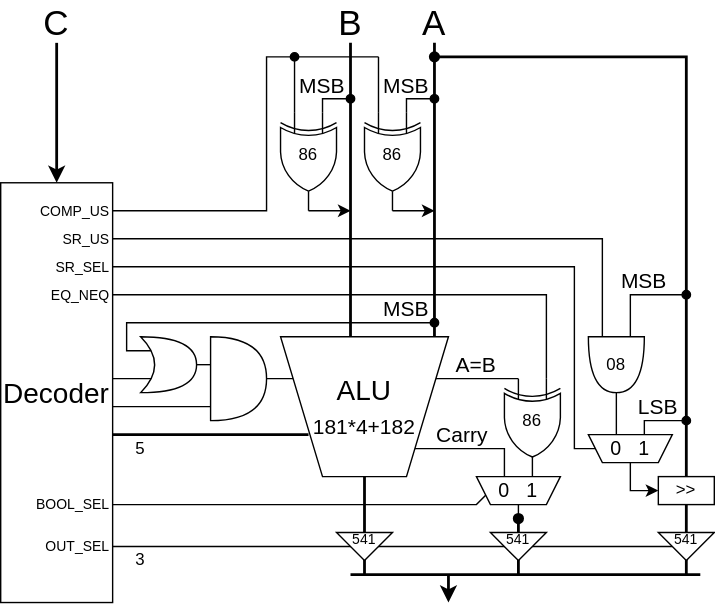
amane-uehara/kanade-k-1228.github.io keeps this draw.io diagram as Lab/Computer/RK16/9_Hardware/img/ALU.dio.svg. Above is the earlier version. Source tidied: cells renumbered, new cells last; positions are measured from the earlier drawing's top-left corner, leaving out a move shared by most shapes.
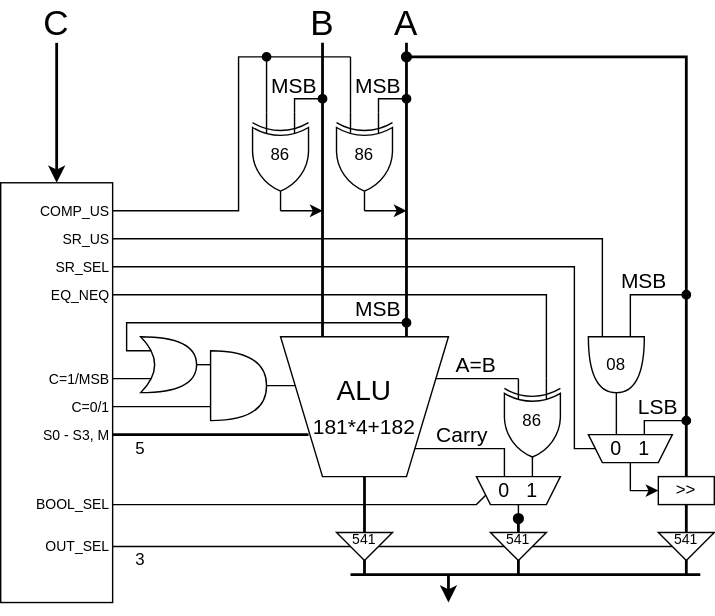
After the change.

The edit, as a diff of the source:
```diff
@@ -10,8 +10,8 @@
     </mxCell>
     <mxCell id="3" style="endArrow=none;html=1;" parent="1" edge="1">
       <mxGeometry relative="1" as="geometry">
-        <mxPoint x="190" y="270" as="sourcePoint" />
-        <mxPoint x="220" y="270" as="targetPoint" />
+        <mxPoint x="190" y="275" as="sourcePoint" />
+        <mxPoint x="220" y="275" as="targetPoint" />
       </mxGeometry>
     </mxCell>
     <mxCell id="4" style="endArrow=none;html=1;fontSize=20;rounded=0;endFill=0;" parent="1" edge="1">
@@ -26,7 +26,7 @@
     </mxCell>
     <mxCell id="5" style="endArrow=none;html=1;fontSize=20;strokeWidth=1;startArrow=oval;startFill=1;endFill=0;rounded=0;" parent="1" edge="1">
       <mxGeometry relative="1" as="geometry">
-        <mxPoint x="310" y="230" as="sourcePoint" />
+        <mxPoint x="290" y="230" as="sourcePoint" />
         <mxPoint x="110" y="250" as="targetPoint" />
         <Array as="points">
           <mxPoint x="190" y="230" />
@@ -63,15 +63,15 @@
       </mxGeometry>
     </mxCell>
     <mxCell id="10" value="A" style="text;html=1;strokeColor=none;fillColor=none;align=center;verticalAlign=middle;whiteSpace=wrap;rounded=0;fontSize=25;" parent="1" vertex="1">
-      <mxGeometry x="290" width="40" height="30" as="geometry" />
+      <mxGeometry x="270" width="40" height="30" as="geometry" />
     </mxCell>
     <mxCell id="11" value="MSB" style="text;html=1;strokeColor=none;fillColor=none;align=center;verticalAlign=middle;whiteSpace=wrap;rounded=0;fontSize=15;" parent="1" vertex="1">
-      <mxGeometry x="210" y="50" width="40" height="20" as="geometry" />
+      <mxGeometry x="190" y="50" width="40" height="20" as="geometry" />
     </mxCell>
     <mxCell id="12" style="endArrow=none;html=1;fontSize=20;strokeWidth=2;endFill=0;" parent="1" edge="1">
       <mxGeometry relative="1" as="geometry">
-        <mxPoint x="250" y="30" as="sourcePoint" />
-        <mxPoint x="250" y="240" as="targetPoint" />
+        <mxPoint x="230" y="30" as="sourcePoint" />
+        <mxPoint x="230" y="240" as="targetPoint" />
       </mxGeometry>
     </mxCell>
     <mxCell id="13" style="endArrow=none;html=1;fontSize=20;rounded=0;endFill=0;" parent="1" edge="1">
@@ -85,44 +85,44 @@
     </mxCell>
     <mxCell id="14" style="endArrow=none;html=1;fontSize=20;strokeWidth=1;startArrow=oval;startFill=1;endFill=0;rounded=0;" parent="1" edge="1">
       <mxGeometry relative="1" as="geometry">
-        <mxPoint x="250" y="70" as="sourcePoint" />
-        <mxPoint x="230" y="80" as="targetPoint" />
+        <mxPoint x="230" y="70" as="sourcePoint" />
+        <mxPoint x="210" y="80" as="targetPoint" />
         <Array as="points">
-          <mxPoint x="230" y="70" />
+          <mxPoint x="210" y="70" />
         </Array>
       </mxGeometry>
     </mxCell>
-    <mxCell id="15" value="Decoder" style="rounded=0;whiteSpace=wrap;html=1;fontSize=20;" parent="1" vertex="1">
+    <mxCell id="15" style="rounded=0;whiteSpace=wrap;html=1;fontSize=20;" parent="1" vertex="1">
       <mxGeometry y="130" width="80" height="300" as="geometry" />
     </mxCell>
     <mxCell id="16" style="verticalLabelPosition=bottom;shadow=0;dashed=0;align=center;html=1;verticalAlign=top;shape=mxgraph.electrical.logic_gates.logic_gate;operation=xor;fontSize=20;direction=south;" parent="1" vertex="1">
-      <mxGeometry x="200" y="80" width="40" height="70" as="geometry" />
+      <mxGeometry x="180" y="80" width="40" height="70" as="geometry" />
     </mxCell>
     <mxCell id="17" style="endArrow=classic;html=1;fontSize=20;endFill=1;" parent="1" edge="1">
       <mxGeometry relative="1" as="geometry">
-        <mxPoint x="220" y="150" as="sourcePoint" />
-        <mxPoint x="250" y="150" as="targetPoint" />
+        <mxPoint x="200" y="150" as="sourcePoint" />
+        <mxPoint x="230" y="150" as="targetPoint" />
       </mxGeometry>
     </mxCell>
     <mxCell id="18" style="endArrow=oval;html=1;rounded=0;strokeWidth=1;fontSize=15;startArrow=none;startFill=0;endFill=1;" parent="1" edge="1">
       <mxGeometry relative="1" as="geometry">
-        <mxPoint x="210" y="80" as="sourcePoint" />
-        <mxPoint x="210" y="40" as="targetPoint" />
+        <mxPoint x="190" y="80" as="sourcePoint" />
+        <mxPoint x="190" y="40" as="targetPoint" />
       </mxGeometry>
     </mxCell>
     <mxCell id="19" style="endArrow=none;html=1;rounded=0;strokeWidth=1;fontSize=15;" parent="1" edge="1">
       <mxGeometry relative="1" as="geometry">
         <mxPoint x="80" y="150" as="sourcePoint" />
-        <mxPoint x="270" y="40" as="targetPoint" />
+        <mxPoint x="250" y="40" as="targetPoint" />
         <Array as="points">
-          <mxPoint x="190" y="150" />
-          <mxPoint x="190" y="40" />
+          <mxPoint x="170" y="150" />
+          <mxPoint x="170" y="40" />
         </Array>
       </mxGeometry>
     </mxCell>
     <mxCell id="20" style="endArrow=none;html=1;fontSize=20;strokeWidth=2;rounded=0;endFill=0;startArrow=oval;startFill=1;" parent="1" edge="1">
       <mxGeometry relative="1" as="geometry">
-        <mxPoint x="310" y="40" as="sourcePoint" />
+        <mxPoint x="290" y="40" as="sourcePoint" />
         <mxPoint x="490" y="340" as="targetPoint" />
         <Array as="points">
           <mxPoint x="490" y="40" />
@@ -130,40 +130,40 @@
       </mxGeometry>
     </mxCell>
     <mxCell id="21" value="MSB" style="text;html=1;strokeColor=none;fillColor=none;align=center;verticalAlign=middle;whiteSpace=wrap;rounded=0;fontSize=15;" parent="1" vertex="1">
-      <mxGeometry x="270" y="50" width="40" height="20" as="geometry" />
+      <mxGeometry x="250" y="50" width="40" height="20" as="geometry" />
     </mxCell>
     <mxCell id="22" style="endArrow=none;html=1;fontSize=20;strokeWidth=2;endFill=0;" parent="1" edge="1">
       <mxGeometry relative="1" as="geometry">
-        <mxPoint x="310" y="30" as="sourcePoint" />
-        <mxPoint x="310" y="240" as="targetPoint" />
+        <mxPoint x="290" y="30" as="sourcePoint" />
+        <mxPoint x="290" y="240" as="targetPoint" />
       </mxGeometry>
     </mxCell>
     <mxCell id="23" style="endArrow=none;html=1;fontSize=20;strokeWidth=1;startArrow=oval;startFill=1;endFill=0;rounded=0;" parent="1" edge="1">
       <mxGeometry relative="1" as="geometry">
-        <mxPoint x="310" y="70" as="sourcePoint" />
-        <mxPoint x="290" y="80" as="targetPoint" />
+        <mxPoint x="290" y="70" as="sourcePoint" />
+        <mxPoint x="270" y="80" as="targetPoint" />
         <Array as="points">
-          <mxPoint x="290" y="70" />
+          <mxPoint x="270" y="70" />
         </Array>
       </mxGeometry>
     </mxCell>
     <mxCell id="24" style="verticalLabelPosition=bottom;shadow=0;dashed=0;align=center;html=1;verticalAlign=top;shape=mxgraph.electrical.logic_gates.logic_gate;operation=xor;fontSize=20;direction=south;" parent="1" vertex="1">
-      <mxGeometry x="260" y="80" width="40" height="70" as="geometry" />
+      <mxGeometry x="240" y="80" width="40" height="70" as="geometry" />
     </mxCell>
     <mxCell id="25" style="endArrow=classic;html=1;fontSize=20;endFill=1;" parent="1" edge="1">
       <mxGeometry relative="1" as="geometry">
-        <mxPoint x="280" y="150" as="sourcePoint" />
-        <mxPoint x="310" y="150" as="targetPoint" />
+        <mxPoint x="260" y="150" as="sourcePoint" />
+        <mxPoint x="290" y="150" as="targetPoint" />
       </mxGeometry>
     </mxCell>
     <mxCell id="26" style="endArrow=none;html=1;rounded=0;strokeWidth=1;fontSize=15;startArrow=none;startFill=0;endFill=0;" parent="1" edge="1">
       <mxGeometry relative="1" as="geometry">
-        <mxPoint x="270" y="80" as="sourcePoint" />
-        <mxPoint x="270" y="40" as="targetPoint" />
+        <mxPoint x="250" y="80" as="sourcePoint" />
+        <mxPoint x="250" y="40" as="targetPoint" />
       </mxGeometry>
     </mxCell>
     <mxCell id="27" value="B" style="text;html=1;strokeColor=none;fillColor=none;align=center;verticalAlign=middle;whiteSpace=wrap;rounded=0;fontSize=25;" parent="1" vertex="1">
-      <mxGeometry x="230" width="40" height="30" as="geometry" />
+      <mxGeometry x="210" width="40" height="30" as="geometry" />
     </mxCell>
     <mxCell id="28" style="endArrow=none;html=1;fontSize=20;strokeWidth=2;endFill=0;" parent="1" edge="1">
       <mxGeometry relative="1" as="geometry">
@@ -316,10 +316,10 @@
       <mxGeometry x="370" y="290" width="20" height="20" as="geometry" />
     </mxCell>
     <mxCell id="59" value="86" style="text;html=1;strokeColor=none;fillColor=none;align=center;verticalAlign=middle;whiteSpace=wrap;rounded=0;" parent="1" vertex="1">
-      <mxGeometry x="270" y="100" width="20" height="20" as="geometry" />
+      <mxGeometry x="250" y="100" width="20" height="20" as="geometry" />
     </mxCell>
     <mxCell id="60" value="86" style="text;html=1;strokeColor=none;fillColor=none;align=center;verticalAlign=middle;whiteSpace=wrap;rounded=0;" parent="1" vertex="1">
-      <mxGeometry x="210" y="100" width="20" height="20" as="geometry" />
+      <mxGeometry x="190" y="100" width="20" height="20" as="geometry" />
     </mxCell>
     <mxCell id="61" value="5" style="text;html=1;strokeColor=none;fillColor=none;align=center;verticalAlign=middle;whiteSpace=wrap;rounded=0;" parent="1" vertex="1">
       <mxGeometry x="90" y="310" width="20" height="20" as="geometry" />
@@ -358,7 +358,7 @@
       </mxGeometry>
     </mxCell>
     <mxCell id="71" value="MSB" style="text;html=1;strokeColor=none;fillColor=none;align=center;verticalAlign=middle;whiteSpace=wrap;rounded=0;fontSize=15;" parent="1" vertex="1">
-      <mxGeometry x="270" y="210" width="40" height="20" as="geometry" />
+      <mxGeometry x="250" y="210" width="40" height="20" as="geometry" />
     </mxCell>
     <mxCell id="72" value="BOOL_SEL" style="text;html=1;strokeColor=none;fillColor=none;align=right;verticalAlign=middle;whiteSpace=wrap;rounded=0;fontSize=10;" parent="1" vertex="1">
       <mxGeometry x="20" y="350" width="60" height="20" as="geometry" />
@@ -379,7 +379,7 @@
       <mxGeometry x="20" y="180" width="60" height="20" as="geometry" />
     </mxCell>
     <mxCell id="78" style="shape=or;whiteSpace=wrap;html=1;direction=east;" parent="1" vertex="1">
-      <mxGeometry x="150" y="240" width="40" height="60" as="geometry" />
+      <mxGeometry x="150" y="250" width="40" height="50" as="geometry" />
     </mxCell>
     <mxCell id="79" style="shape=xor;whiteSpace=wrap;html=1;" parent="1" vertex="1">
       <mxGeometry x="100" y="240" width="40" height="40" as="geometry" />
@@ -396,5 +396,14 @@
         <mxPoint x="150" y="290" as="targetPoint" />
       </mxGeometry>
     </mxCell>
+    <mxCell id="82" value="S0 - S3, M" style="text;html=1;strokeColor=none;fillColor=none;align=right;verticalAlign=middle;whiteSpace=wrap;rounded=0;fontSize=10;" parent="1" vertex="1">
+      <mxGeometry x="20" y="300" width="60" height="20" as="geometry" />
+    </mxCell>
+    <mxCell id="83" value="C=0/1" style="text;html=1;strokeColor=none;fillColor=none;align=right;verticalAlign=middle;whiteSpace=wrap;rounded=0;fontSize=10;" parent="1" vertex="1">
+      <mxGeometry x="20" y="280" width="60" height="20" as="geometry" />
+    </mxCell>
+    <mxCell id="84" value="C=1/MSB" style="text;html=1;strokeColor=none;fillColor=none;align=right;verticalAlign=middle;whiteSpace=wrap;rounded=0;fontSize=10;" parent="1" vertex="1">
+      <mxGeometry x="20" y="260" width="60" height="20" as="geometry" />
+    </mxCell>
   </root>
 </mxGraphModel>
```
